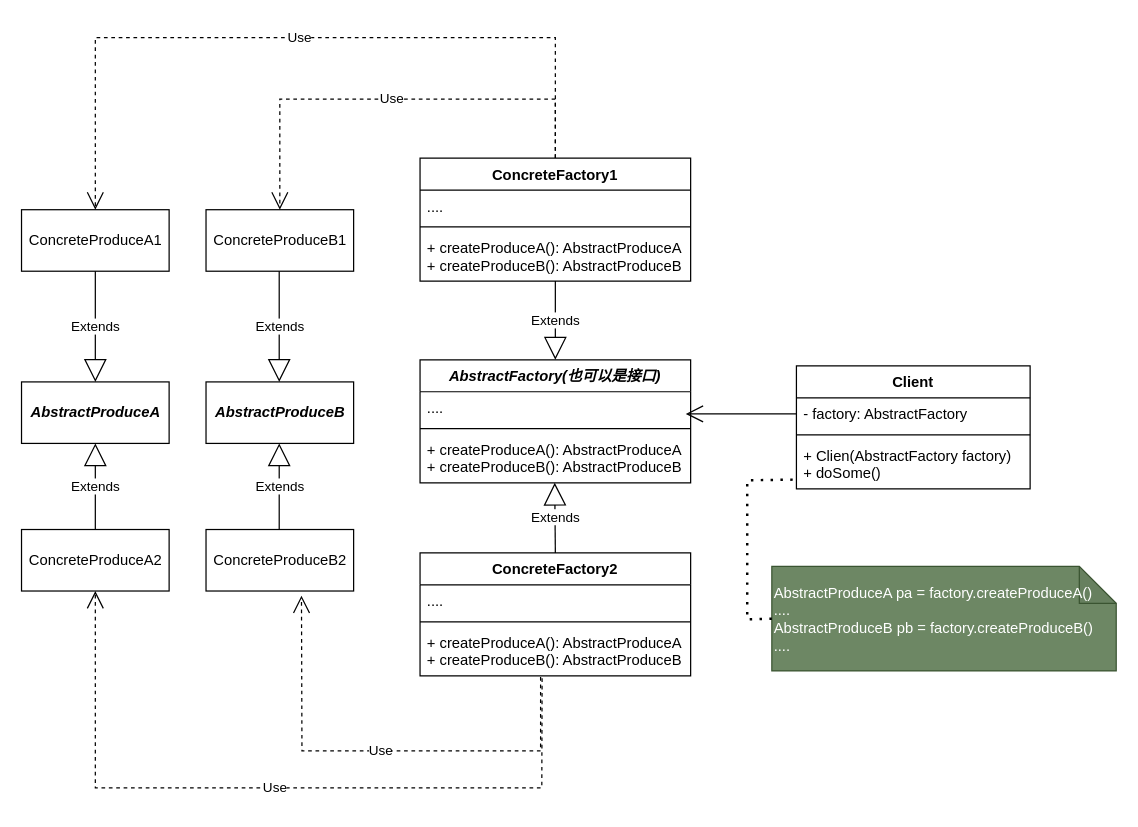
HsoulLink/designpattern_pic keeps this draw.io diagram as 抽象工厂模式.drawio. Above is the earlier version. Source tidied: cells renumbered, new cells numbered last; positions are measured from the earlier drawing's top-left corner, leaving out a move shared by most shapes. Both pictures are drawn from the tidied source at 123%, with x=0, y=0 at pixel (21, 37).
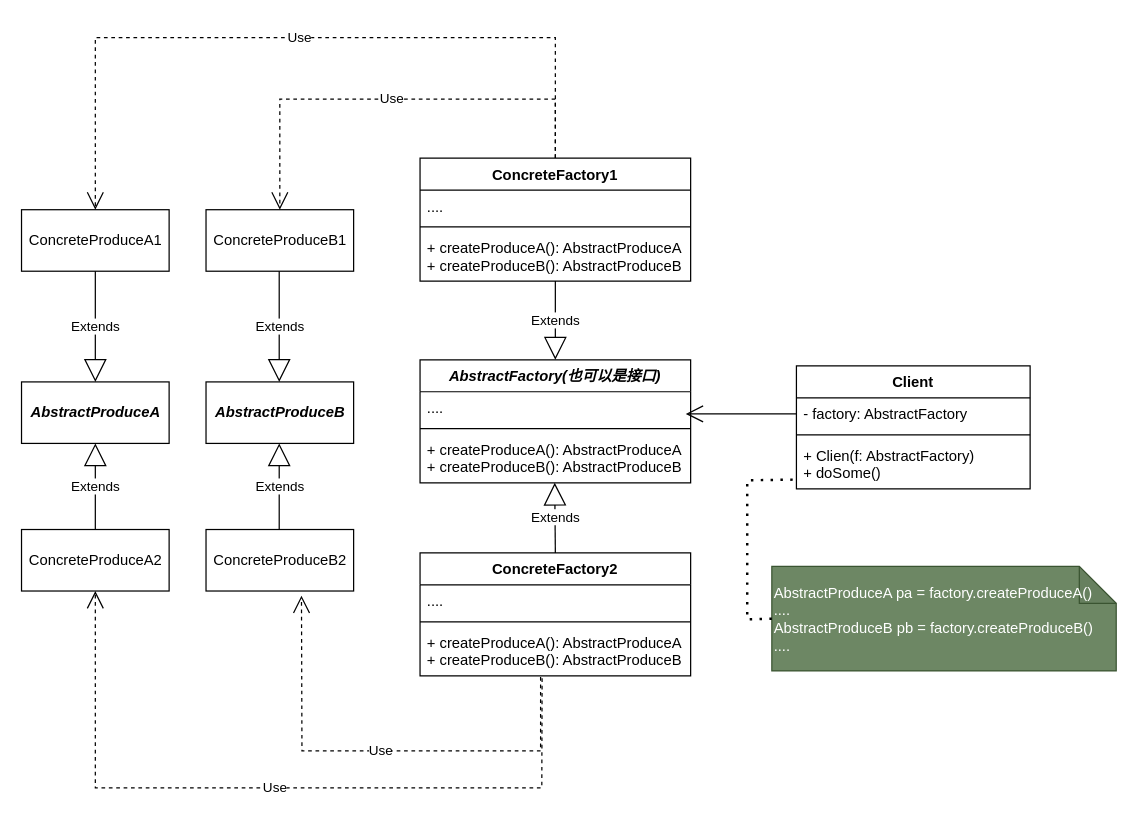
The same diagram, later.

Commit message (it also covers changes not shown here):
更新抽象工厂模式.drawio

The change refers to these unchanged cells:
```xml
<mxCell id="30" value="Client" style="swimlane;fontStyle=1;align=center;verticalAlign=top;horizontal=1;startSize=26;" parent="1" vertex="1">
  <mxGeometry x="630" y="267" width="190" height="100" as="geometry" />
</mxCell>
```

The edit, as a diff of the source:
```diff
@@
-    <mxCell id="33" value="+ Clien(AbstractFactory factory)&#10;+ doSome()" style="text;strokeColor=none;fillColor=none;align=left;verticalAlign=top;spacingLeft=4;spacingRight=4;overflow=hidden;points=[[0,0.5],[1,0.5]];portConstraint=eastwest;" parent="30" vertex="1">
+    <mxCell id="33" value="+ Clien(f: AbstractFactory)&#10;+ doSome()" style="text;strokeColor=none;fillColor=none;align=left;verticalAlign=top;spacingLeft=4;spacingRight=4;overflow=hidden;points=[[0,0.5],[1,0.5]];portConstraint=eastwest;" parent="30" vertex="1">
       <mxGeometry y="60" width="190" height="40" as="geometry" />
     </mxCell>
```
